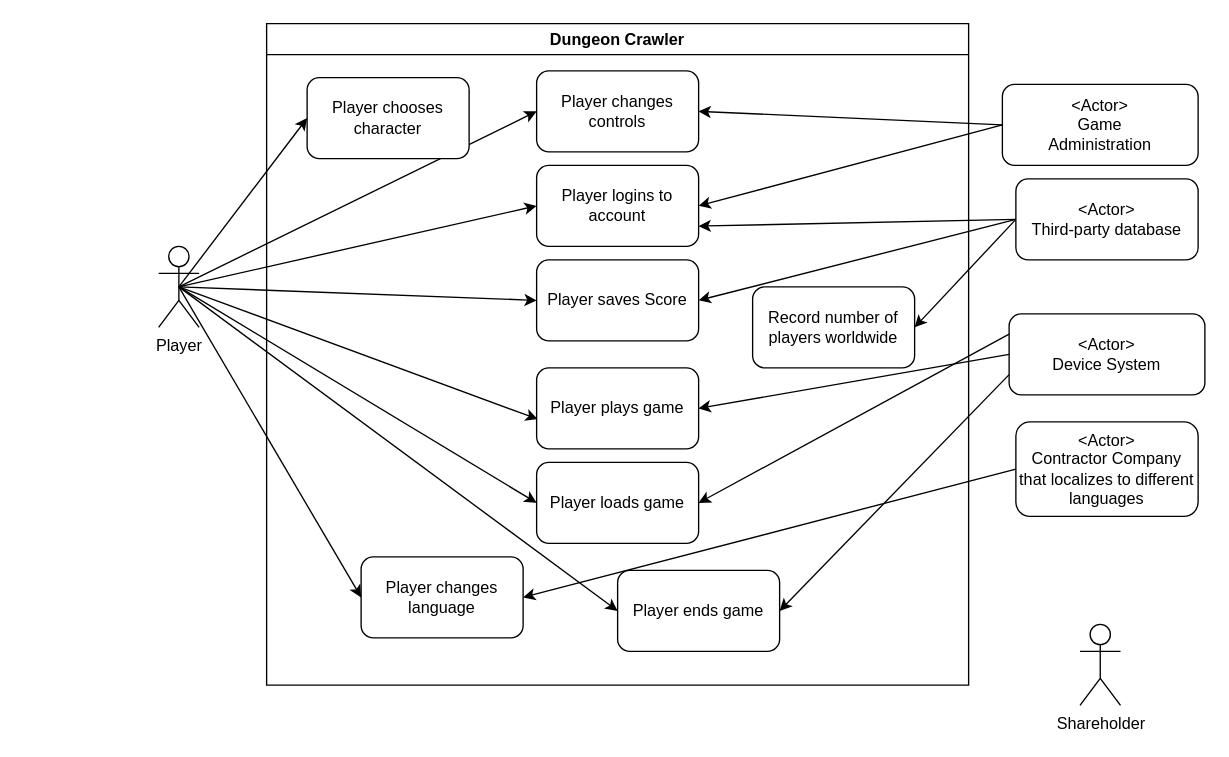
The draw.io diagram Use Case Diagram M2/CS2340 M2 Use Case Diagram.drawio in jcarpenter48/dungeon_16, before the edit. Source tidied: cells renumbered, new cells numbered last; positions are measured from the earlier drawing's top-left corner, leaving out a move shared by most shapes. Both pictures are drawn from the tidied source at 135%, with x=0, y=0 at pixel (158, 23).
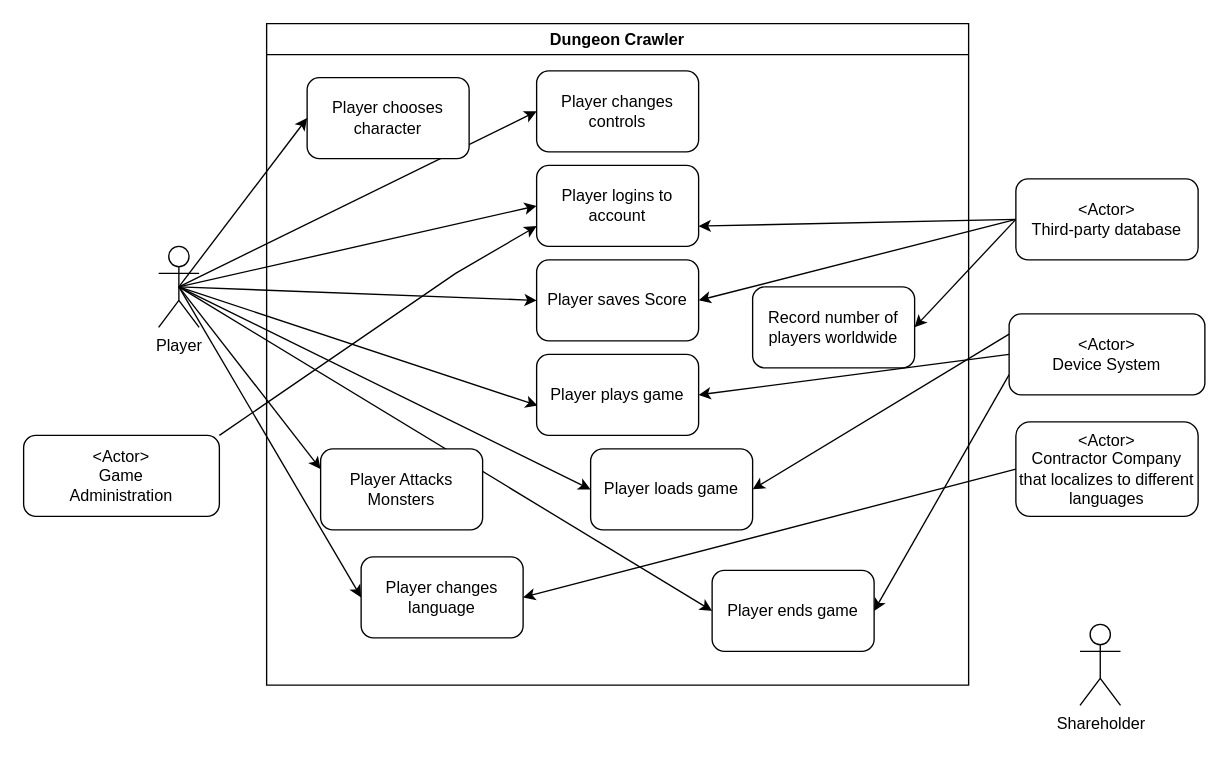
The same page after the edit.

Commit message (it also covers changes not shown here):
Update Diagram Information

Unchanged cells that the change refers to:
```xml
<mxCell id="10" value="Player" style="shape=umlActor;verticalLabelPosition=bottom;verticalAlign=top;html=1;outlineConnect=0;" parent="1" vertex="1">
  <mxGeometry y="165" width="30" height="60" as="geometry" />
</mxCell>
<mxCell id="11" value="Dungeon Crawler" style="swimlane;" parent="1" vertex="1">
  <mxGeometry x="80" width="520" height="490" as="geometry" />
</mxCell>
<mxCell id="12" value="Player logins to account" style="rounded=1;whiteSpace=wrap;html=1;" parent="11" vertex="1">
  <mxGeometry x="200" y="105" width="120" height="60" as="geometry" />
</mxCell>
<mxCell id="16" value="Player changes controls" style="rounded=1;whiteSpace=wrap;html=1;" parent="11" vertex="1">
  <mxGeometry x="200" y="35" width="120" height="60" as="geometry" />
</mxCell>
```

What changed in the source:
```diff
@@
+    <mxCell id="35" style="rounded=0;jettySize=auto;html=1;exitX=0.5;exitY=0.5;exitDx=0;exitDy=0;exitPerimeter=0;entryX=0;entryY=0.25;entryDx=0;entryDy=0;" parent="1" edge="1" source="10" target="36">
+      <mxGeometry relative="1" as="geometry" />
+    </mxCell>
@@
     <mxCell id="13" value="Player loads game" style="rounded=1;whiteSpace=wrap;html=1;" parent="11" vertex="1">
-      <mxGeometry x="200" y="325" width="120" height="60" as="geometry" />
+      <mxGeometry x="240" y="315" width="120" height="60" as="geometry" />
     </mxCell>
     <mxCell id="14" value="Player plays game" style="rounded=1;whiteSpace=wrap;html=1;" parent="11" vertex="1">
-      <mxGeometry x="200" y="255" width="120" height="60" as="geometry" />
+      <mxGeometry x="200" y="245" width="120" height="60" as="geometry" />
     </mxCell>
@@
     <mxCell id="17" value="Player ends game" style="rounded=1;whiteSpace=wrap;html=1;" parent="11" vertex="1">
-      <mxGeometry x="260" y="405" width="120" height="60" as="geometry" />
+      <mxGeometry x="330" y="405" width="120" height="60" as="geometry" />
     </mxCell>
@@
+    <mxCell id="36" value="Player Attacks Monsters" style="rounded=1;whiteSpace=wrap;html=1;" parent="11" vertex="1">
+      <mxGeometry x="40" y="315" width="120" height="60" as="geometry" />
+    </mxCell>
@@
-    <mxCell id="29" style="edgeStyle=none;rounded=0;jettySize=auto;html=1;exitX=0;exitY=0.5;exitDx=0;exitDy=0;entryX=1;entryY=0.5;entryDx=0;entryDy=0;" parent="1" edge="1" source="31" target="12">
-      <mxGeometry relative="1" as="geometry" />
+    <mxCell id="29" style="edgeStyle=none;rounded=0;jettySize=auto;html=1;exitX=1;exitY=0;exitDx=0;exitDy=0;entryX=0;entryY=0.75;entryDx=0;entryDy=0;" parent="1" edge="1" source="31" target="12">
+      <mxGeometry relative="1" as="geometry">
+        <Array as="points">
+          <mxPoint x="220" y="185" />
+        </Array>
+      </mxGeometry>
     </mxCell>
-    <mxCell id="30" style="edgeStyle=none;rounded=0;jettySize=auto;html=1;exitX=0;exitY=0.5;exitDx=0;exitDy=0;entryX=1;entryY=0.5;entryDx=0;entryDy=0;" parent="1" edge="1" source="31" target="16">
-      <mxGeometry relative="1" as="geometry" />
-    </mxCell>
     <mxCell id="31" value="&amp;lt;Actor&amp;gt;&lt;br&gt;&lt;span&gt;Game&lt;/span&gt;&lt;br&gt;&lt;span&gt;Administration&lt;/span&gt;" style="rounded=1;whiteSpace=wrap;html=1;" parent="1" vertex="1">
-      <mxGeometry x="625" y="45" width="145" height="60" as="geometry" />
+      <mxGeometry x="-100" y="305" width="145" height="60" as="geometry" />
     </mxCell>
```
